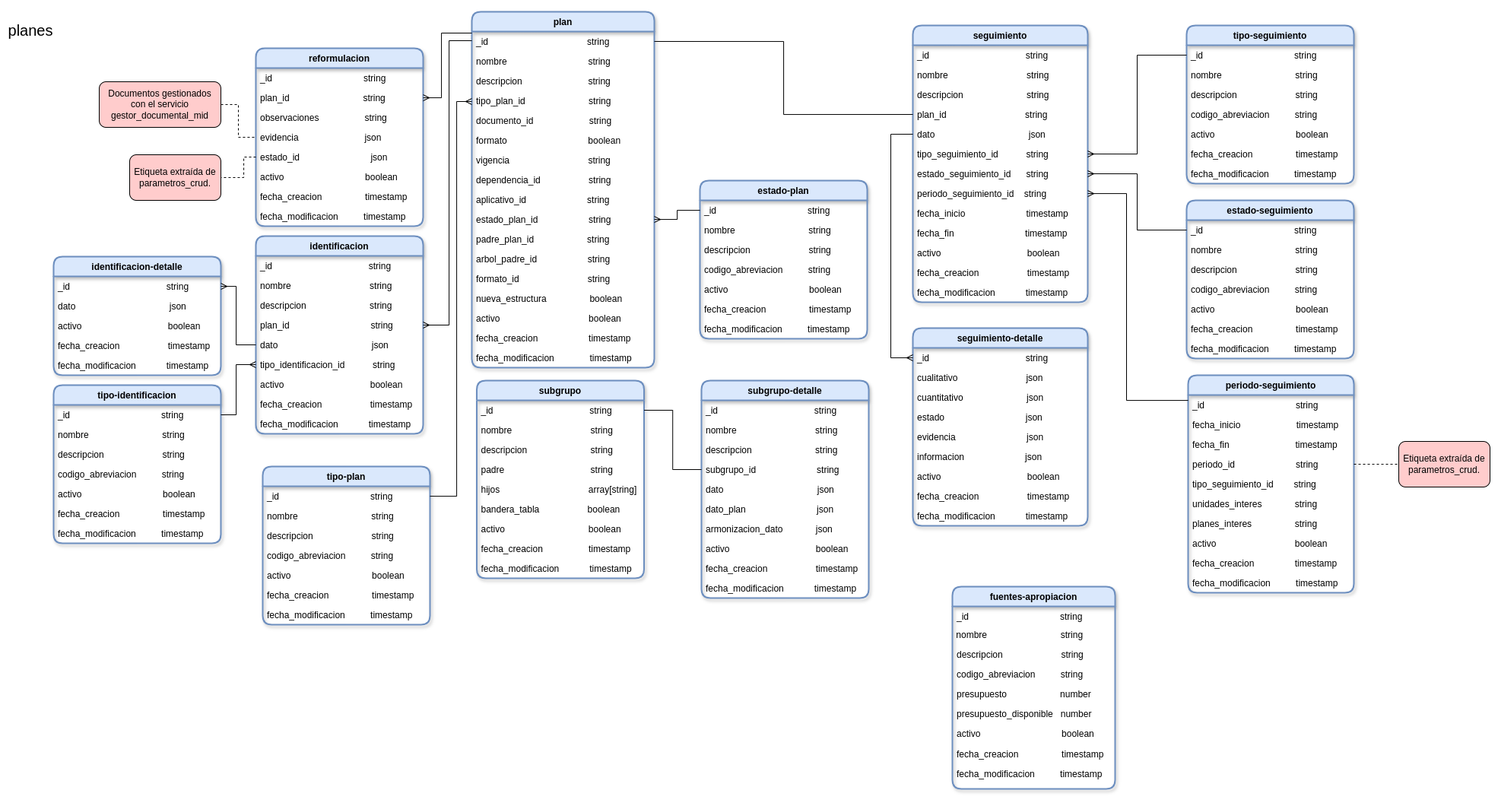
Above: database/planes.png in udistrital/planes_crud (draw.io), before the change. Source tidied: cells renumbered, new cells last; positions are measured from the earlier drawing's top-left corner, leaving out a move shared by most shapes.
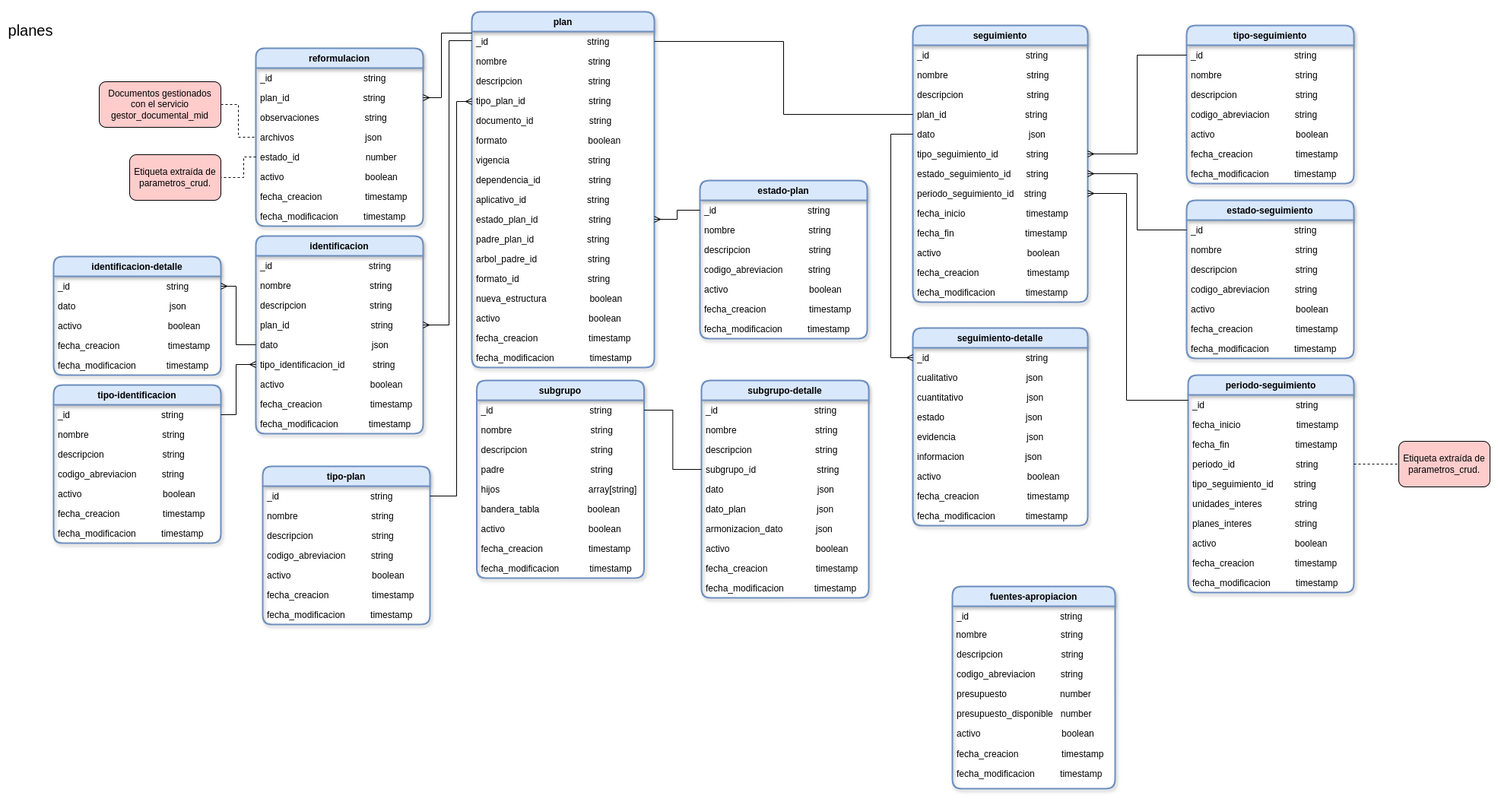
After the change.

Commit message:
feat: actualización modelo de datos https://github.com/udistrital/planeacion_cliente/issues/1136

Diff of the diagram source:
```diff
@@ -506,10 +506,10 @@
     <mxCell id="159" value="observaciones                  string" style="text;strokeColor=none;fillColor=none;align=left;verticalAlign=top;spacingLeft=4;spacingRight=4;overflow=hidden;" parent="156" vertex="1">
       <mxGeometry y="78" width="220" height="26" as="geometry" />
     </mxCell>
-    <mxCell id="160" value="evidencia                          json" style="text;strokeColor=none;fillColor=none;align=left;verticalAlign=top;spacingLeft=4;spacingRight=4;overflow=hidden;points=[[0,0.5],[1,0.5]];portConstraint=eastwest;" parent="156" vertex="1">
+    <mxCell id="160" value="archivos                            json" style="text;strokeColor=none;fillColor=none;align=left;verticalAlign=top;spacingLeft=4;spacingRight=4;overflow=hidden;points=[[0,0.5],[1,0.5]];portConstraint=eastwest;" parent="156" vertex="1">
       <mxGeometry y="104" width="220" height="26" as="geometry" />
     </mxCell>
-    <mxCell id="161" value="estado_id                            json" style="text;strokeColor=none;fillColor=none;align=left;verticalAlign=top;spacingLeft=4;spacingRight=4;overflow=hidden;points=[[0,0.5],[1,0.5]];portConstraint=eastwest;" parent="156" vertex="1">
+    <mxCell id="161" value="estado_id                          number" style="text;strokeColor=none;fillColor=none;align=left;verticalAlign=top;spacingLeft=4;spacingRight=4;overflow=hidden;points=[[0,0.5],[1,0.5]];portConstraint=eastwest;" parent="156" vertex="1">
       <mxGeometry y="130" width="220" height="26" as="geometry" />
     </mxCell>
     <mxCell id="162" value="activo                                boolean" style="text;strokeColor=none;fillColor=none;align=left;verticalAlign=top;spacingLeft=4;spacingRight=4;overflow=hidden;" parent="156" vertex="1">
```
